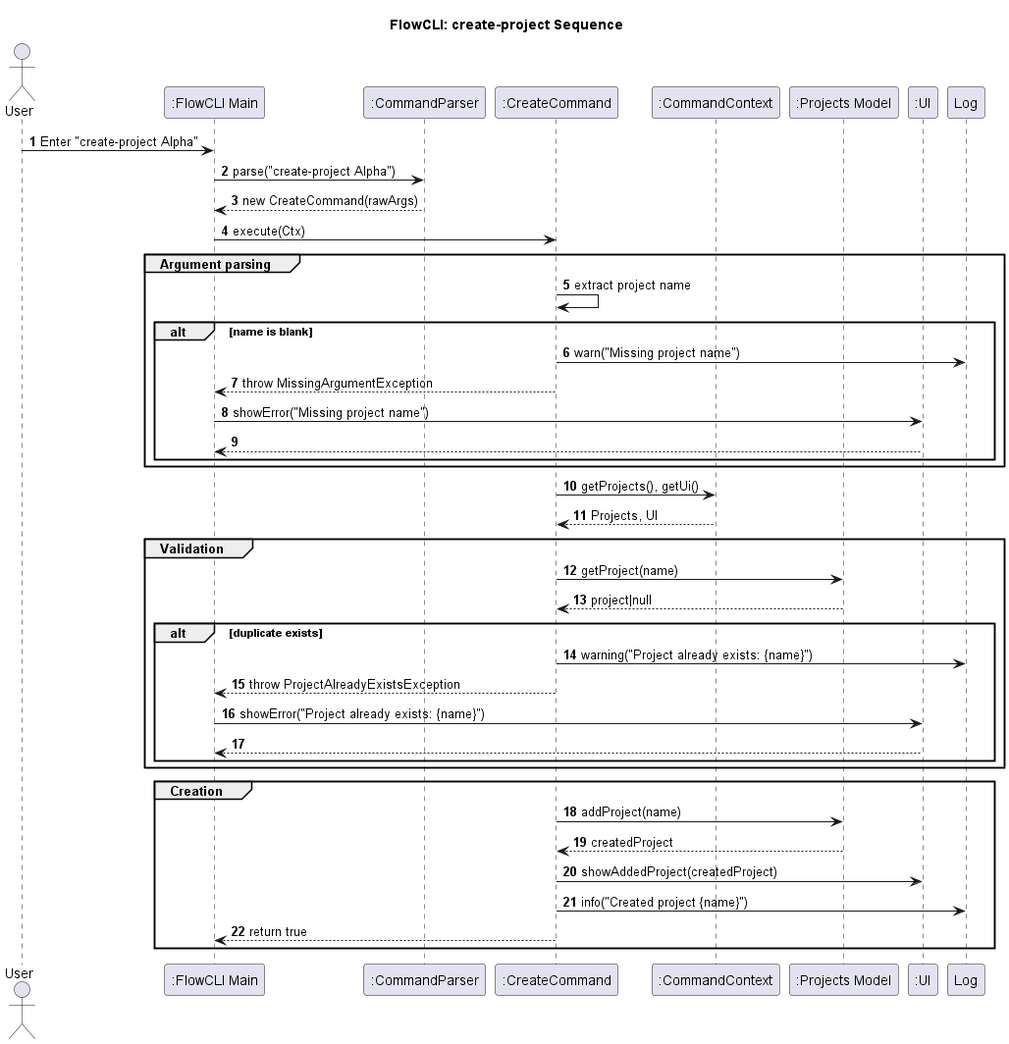
Earlier version of the PlantUML export docs/plantUML/project-management/CreateCommandDiagram.png (sean6369/tp).
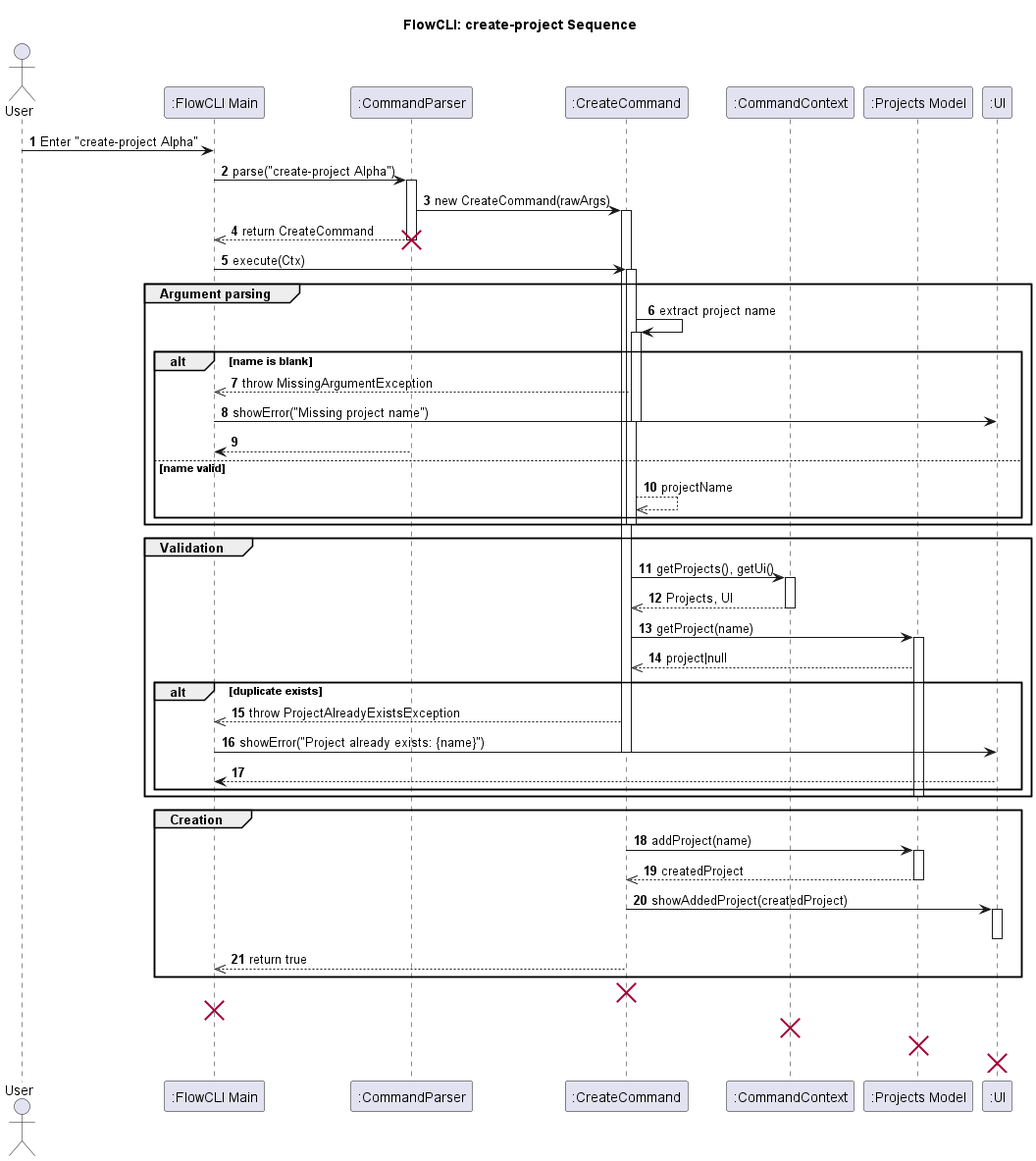
After the commit.

Diff of the diagram source:
```diff
@@ -10,43 +10,63 @@
 participant ":Projects Model" as Projects
 participant ":UI" as UI
 
+User -> CLI: Enter "create-project Alpha"
+CLI -> Parser ++: parse("create-project Alpha")
+Parser -> CreateCmd ++: new CreateCommand(rawArgs)
+Parser -->> CLI: return CreateCommand
+deactivate Parser
+destroy Parser
 
-User -> CLI: Enter "create-project Alpha"
-CLI -> Parser: parse("create-project Alpha")
-Parser --> CLI: new CreateCommand(rawArgs)
-
-CLI -> CreateCmd: execute(Ctx)
+CLI -> CreateCmd ++: execute(Ctx)
 
 group Argument parsing
-  CreateCmd -> CreateCmd: extract project name
+  CreateCmd -> CreateCmd ++: extract project name
   alt name is blank
-    CreateCmd -> Log: warn("Missing project name")
-    CreateCmd --> CLI: throw MissingArgumentException
+    CreateCmd -->> CLI: throw MissingArgumentException
     CLI -> UI: showError("Missing project name")
+    deactivate CreateCmd
+    deactivate UI
+    return
+  else name valid
+    CreateCmd -->> CreateCmd: projectName
+  end
+  deactivate CreateCmd
+end
+
+group Validation
+  CreateCmd -> Ctx ++: getProjects(), getUi()
+  Ctx -->> CreateCmd: Projects, UI
+  deactivate Ctx
+
+  CreateCmd -> Projects ++: getProject(name)
+  Projects -->> CreateCmd: project|null
+  alt duplicate exists
+    CreateCmd -->> CLI: throw ProjectAlreadyExistsException
+    CLI -> UI: showError("Project already exists: {name}")
+    deactivate CreateCmd
+    deactivate UI
     return
   end
-end
-
-CreateCmd -> Ctx: getProjects(), getUi()
-Ctx --> CreateCmd: Projects, UI
-
-group Validation
-  CreateCmd -> Projects: getProject(name)
-  Projects --> CreateCmd: project|null
-  alt duplicate exists
-    CreateCmd -> Log: warning("Project already exists: {name}")
-    CreateCmd --> CLI: throw ProjectAlreadyExistsException
-    CLI -> UI: showError("Project already exists: {name}")
-    return
-  end
+  deactivate Projects
 end
 
 group Creation
-  CreateCmd -> Projects: addProject(name)
-  Projects --> CreateCmd: createdProject
-  CreateCmd -> UI: showAddedProject(createdProject)
-  CreateCmd -> Log: info("Created project {name}")
-  CreateCmd --> CLI: return true
+  CreateCmd -> Projects ++: addProject(name)
+  Projects -->> CreateCmd: createdProject
+  deactivate Projects
+
+  CreateCmd -> UI ++: showAddedProject(createdProject)
+  deactivate UI
+
+  CreateCmd -->> CLI: return true
+  deactivate CreateCmd
 end
 
+
+destroy CreateCmd
+destroy CLI
+destroy Ctx
+destroy Projects
+destroy UI
+
 @enduml
```
